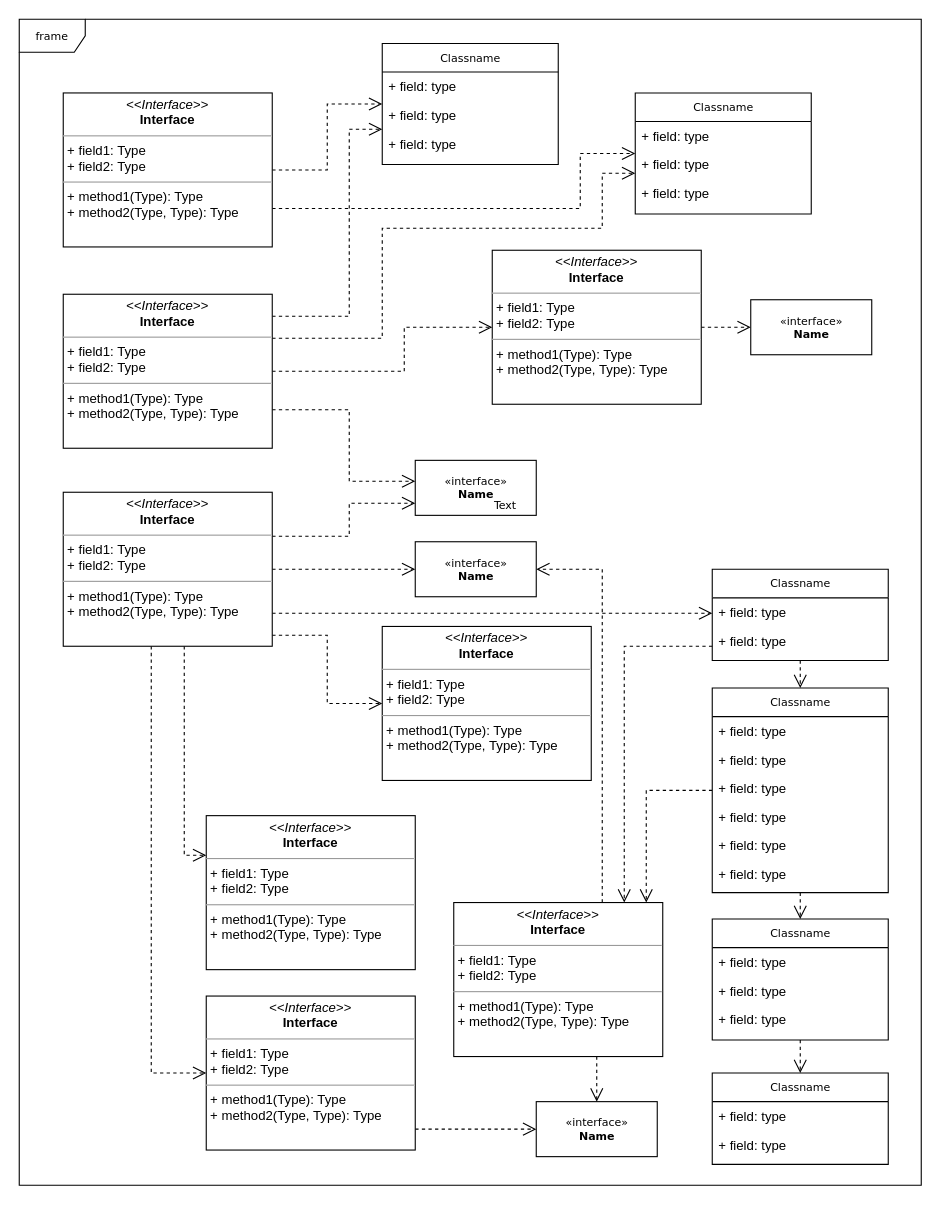
Above: Untitled Diagram.drawio in Frank-Yong/Frank-Yong.github.io (draw.io), before the change. Source tidied: cells renumbered, new cells numbered last; positions are measured from the earlier drawing's top-left corner, leaving out a move shared by most shapes. Both pictures are drawn from the tidied source at 110%, with x=0, y=0 at pixel (19, 19).
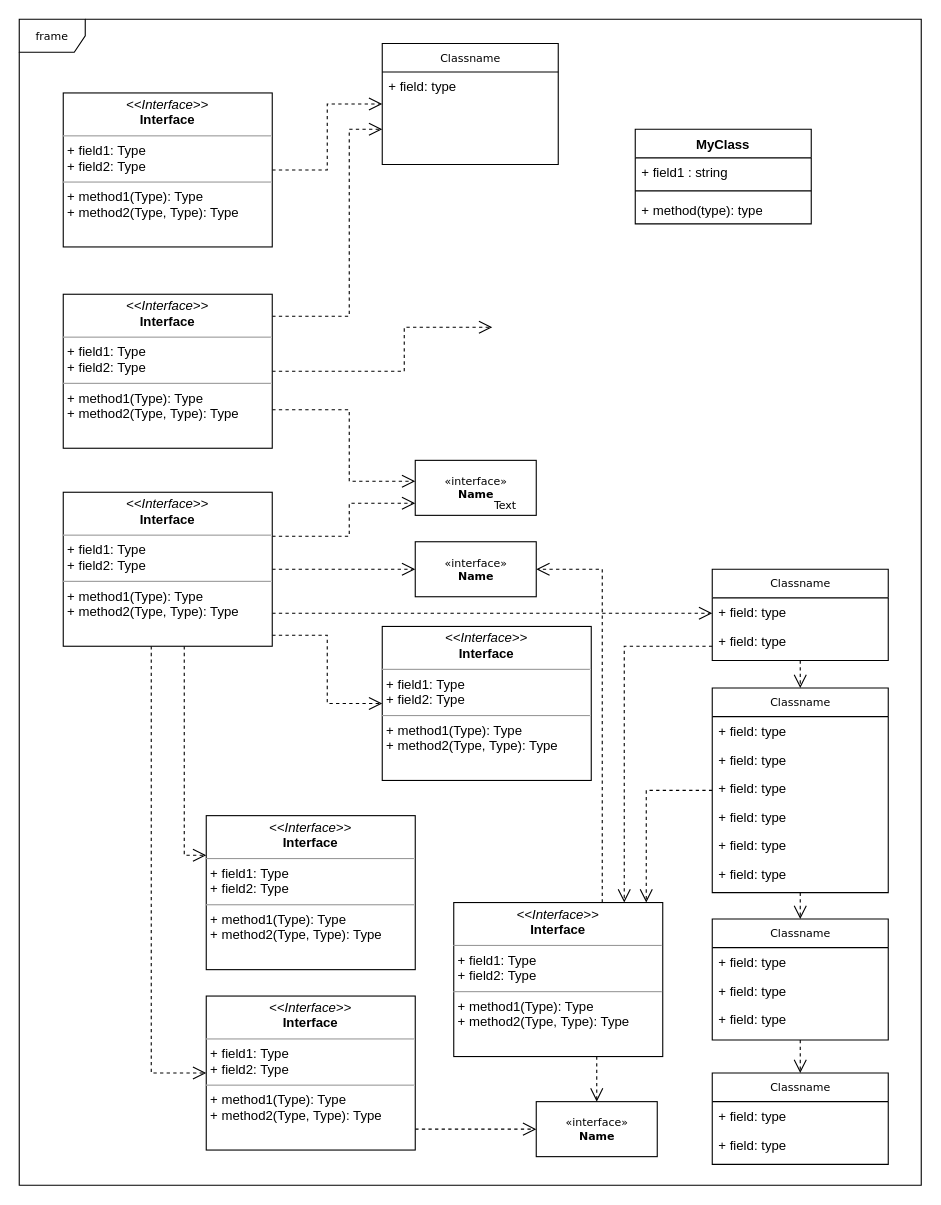
The same diagram, later.

The change refers to these unchanged cells:
```xml
<mxCell id="12" value="Classname" style="swimlane;html=1;fontStyle=0;horizontal=1;startSize=26;fillColor=none;swimlaneFillColor=#ffffff;rounded=0;shadow=0;comic=0;labelBackgroundColor=none;strokeWidth=1;fontFamily=Verdana;fontSize=10;align=center;" parent="1" vertex="1">
  <mxGeometry x="330" y="22" width="160" height="110" as="geometry" />
</mxCell>
<mxCell id="48" value="&lt;p style=&quot;margin:0px;margin-top:4px;text-align:center;&quot;&gt;&lt;i&gt;&amp;lt;&amp;lt;Interface&amp;gt;&amp;gt;&lt;/i&gt;&lt;br/&gt;&lt;b&gt;Interface&lt;/b&gt;&lt;/p&gt;&lt;hr size=&quot;1&quot;/&gt;&lt;p style=&quot;margin:0px;margin-left:4px;&quot;&gt;+ field1: Type&lt;br/&gt;+ field2: Type&lt;/p&gt;&lt;hr size=&quot;1&quot;/&gt;&lt;p style=&quot;margin:0px;margin-left:4px;&quot;&gt;+ method1(Type): Type&lt;br/&gt;+ method2(Type, Type): Type&lt;/p&gt;" style="verticalAlign=top;align=left;overflow=fill;fontSize=12;fontFamily=Helvetica;html=1;rounded=0;shadow=0;comic=0;labelBackgroundColor=none;strokeWidth=1;" parent="1" vertex="1">
  <mxGeometry x="40" y="67" width="190" height="140" as="geometry" />
</mxCell>
<mxCell id="53" value="&lt;p style=&quot;margin:0px;margin-top:4px;text-align:center;&quot;&gt;&lt;i&gt;&amp;lt;&amp;lt;Interface&amp;gt;&amp;gt;&lt;/i&gt;&lt;br/&gt;&lt;b&gt;Interface&lt;/b&gt;&lt;/p&gt;&lt;hr size=&quot;1&quot;/&gt;&lt;p style=&quot;margin:0px;margin-left:4px;&quot;&gt;+ field1: Type&lt;br/&gt;+ field2: Type&lt;/p&gt;&lt;hr size=&quot;1&quot;/&gt;&lt;p style=&quot;margin:0px;margin-left:4px;&quot;&gt;+ method1(Type): Type&lt;br/&gt;+ method2(Type, Type): Type&lt;/p&gt;" style="verticalAlign=top;align=left;overflow=fill;fontSize=12;fontFamily=Helvetica;html=1;rounded=0;shadow=0;comic=0;labelBackgroundColor=none;strokeWidth=1;" parent="1" vertex="1">
  <mxGeometry x="40" y="250" width="190" height="140" as="geometry" />
</mxCell>
```

The edit, as a diff of the source:
```diff
@@
-    <mxCell id="13" value="+ field: type" style="text;html=1;strokeColor=none;fillColor=none;align=left;verticalAlign=top;spacingLeft=4;spacingRight=4;whiteSpace=wrap;overflow=hidden;" parent="12" vertex="1">
-      <mxGeometry y="26" width="160" height="26" as="geometry" />
-    </mxCell>
-    <mxCell id="14" value="+ field: type" style="text;html=1;strokeColor=none;fillColor=none;align=left;verticalAlign=top;spacingLeft=4;spacingRight=4;whiteSpace=wrap;overflow=hidden;" parent="12" vertex="1">
-      <mxGeometry y="52" width="160" height="26" as="geometry" />
-    </mxCell>
     <mxCell id="15" value="+ field: type" style="text;html=1;strokeColor=none;fillColor=none;align=left;verticalAlign=top;spacingLeft=4;spacingRight=4;whiteSpace=wrap;overflow=hidden;" parent="12" vertex="1">
-      <mxGeometry y="78" width="160" height="26" as="geometry" />
+      <mxGeometry y="26" width="160" height="26" as="geometry" />
     </mxCell>
-    <mxCell id="16" value="Classname" style="swimlane;html=1;fontStyle=0;horizontal=1;startSize=26;fillColor=none;swimlaneFillColor=#ffffff;rounded=0;shadow=0;comic=0;labelBackgroundColor=none;strokeWidth=1;fontFamily=Verdana;fontSize=10;align=center;" parent="1" vertex="1">
-      <mxGeometry x="560" y="67" width="160" height="110" as="geometry" />
-    </mxCell>
-    <mxCell id="17" value="+ field: type" style="text;html=1;strokeColor=none;fillColor=none;align=left;verticalAlign=top;spacingLeft=4;spacingRight=4;whiteSpace=wrap;overflow=hidden;" parent="16" vertex="1">
-      <mxGeometry y="26" width="160" height="26" as="geometry" />
-    </mxCell>
-    <mxCell id="18" value="+ field: type" style="text;html=1;strokeColor=none;fillColor=none;align=left;verticalAlign=top;spacingLeft=4;spacingRight=4;whiteSpace=wrap;overflow=hidden;" parent="16" vertex="1">
-      <mxGeometry y="52" width="160" height="26" as="geometry" />
-    </mxCell>
-    <mxCell id="19" value="+ field: type" style="text;html=1;strokeColor=none;fillColor=none;align=left;verticalAlign=top;spacingLeft=4;spacingRight=4;whiteSpace=wrap;overflow=hidden;" parent="16" vertex="1">
-      <mxGeometry y="78" width="160" height="26" as="geometry" />
-    </mxCell>
@@
-    <mxCell id="42" style="edgeStyle=orthogonalEdgeStyle;rounded=0;html=1;dashed=1;labelBackgroundColor=none;startFill=0;endArrow=open;endFill=0;endSize=10;fontFamily=Verdana;fontSize=10;" parent="1" edge="1" source="43" target="45">
-      <mxGeometry relative="1" as="geometry" />
-    </mxCell>
-    <mxCell id="43" value="&lt;p style=&quot;margin:0px;margin-top:4px;text-align:center;&quot;&gt;&lt;i&gt;&amp;lt;&amp;lt;Interface&amp;gt;&amp;gt;&lt;/i&gt;&lt;br/&gt;&lt;b&gt;Interface&lt;/b&gt;&lt;/p&gt;&lt;hr size=&quot;1&quot;/&gt;&lt;p style=&quot;margin:0px;margin-left:4px;&quot;&gt;+ field1: Type&lt;br/&gt;+ field2: Type&lt;/p&gt;&lt;hr size=&quot;1&quot;/&gt;&lt;p style=&quot;margin:0px;margin-left:4px;&quot;&gt;+ method1(Type): Type&lt;br/&gt;+ method2(Type, Type): Type&lt;/p&gt;" style="verticalAlign=top;align=left;overflow=fill;fontSize=12;fontFamily=Helvetica;html=1;rounded=0;shadow=0;comic=0;labelBackgroundColor=none;strokeWidth=1;" parent="1" vertex="1">
-      <mxGeometry x="430" y="210" width="190" height="140" as="geometry" />
-    </mxCell>
@@
-    <mxCell id="45" value="&amp;laquo;interface&amp;raquo;&lt;br&gt;&lt;b&gt;Name&lt;/b&gt;" style="html=1;rounded=0;shadow=0;comic=0;labelBackgroundColor=none;strokeWidth=1;fontFamily=Verdana;fontSize=10;align=center;" parent="1" vertex="1">
-      <mxGeometry x="665" y="255" width="110" height="50" as="geometry" />
-    </mxCell>
@@
-    <mxCell id="47" style="edgeStyle=orthogonalEdgeStyle;rounded=0;html=1;exitX=1;exitY=0.75;dashed=1;labelBackgroundColor=none;startFill=0;endArrow=open;endFill=0;endSize=10;fontFamily=Verdana;fontSize=10;" parent="1" edge="1" source="48" target="16">
-      <mxGeometry relative="1" as="geometry">
-        <Array as="points">
-          <mxPoint x="510" y="172" />
-          <mxPoint x="510" y="122" />
-        </Array>
-      </mxGeometry>
-    </mxCell>
@@
-    <mxCell id="50" style="edgeStyle=orthogonalEdgeStyle;rounded=0;html=1;dashed=1;labelBackgroundColor=none;startFill=0;endArrow=open;endFill=0;endSize=10;fontFamily=Verdana;fontSize=10;" parent="1" edge="1" source="53" target="16">
-      <mxGeometry relative="1" as="geometry">
-        <Array as="points">
-          <mxPoint x="330" y="290" />
-          <mxPoint x="330" y="190" />
-          <mxPoint x="530" y="190" />
-          <mxPoint x="530" y="140" />
-        </Array>
-      </mxGeometry>
-    </mxCell>
-    <mxCell id="51" style="edgeStyle=orthogonalEdgeStyle;rounded=0;html=1;dashed=1;labelBackgroundColor=none;startFill=0;endArrow=open;endFill=0;endSize=10;fontFamily=Verdana;fontSize=10;" parent="1" edge="1" source="53" target="43">
+    <mxCell id="51" style="edgeStyle=orthogonalEdgeStyle;rounded=0;html=1;dashed=1;labelBackgroundColor=none;startFill=0;endArrow=open;endFill=0;endSize=10;fontFamily=Verdana;fontSize=10;" parent="1" edge="1" source="53">
       <mxGeometry relative="1" as="geometry">
+        <mxPoint x="430" y="280" as="targetPoint" />
         <Array as="points">
           <mxPoint x="350" y="320" />
           <mxPoint x="350" y="280" />
         </Array>
       </mxGeometry>
     </mxCell>
@@
+    <mxCell id="62" value="MyClass" style="swimlane;fontStyle=1;align=center;verticalAlign=top;horizontal=1;startSize=26;whiteSpace=wrap;html=1;" parent="1" vertex="1">
+      <mxGeometry x="560" y="100" width="160" height="86" as="geometry" />
+    </mxCell>
+    <mxCell id="63" value="+ field1 : string&lt;br&gt;" style="text;strokeColor=none;fillColor=none;align=left;verticalAlign=top;spacingLeft=4;spacingRight=4;overflow=hidden;whiteSpace=wrap;html=1;" parent="62" vertex="1">
+      <mxGeometry y="26" width="160" height="26" as="geometry" />
+    </mxCell>
+    <mxCell id="64" style="line;strokeWidth=1;fillColor=none;align=left;verticalAlign=middle;spacingTop=-1;spacingLeft=3;spacingRight=3;labelPosition=right;strokeColor=inherit;" parent="62" vertex="1">
+      <mxGeometry y="52" width="160" height="8" as="geometry" />
+    </mxCell>
+    <mxCell id="65" value="+ method(type): type" style="text;strokeColor=none;fillColor=none;align=left;verticalAlign=top;spacingLeft=4;spacingRight=4;overflow=hidden;whiteSpace=wrap;html=1;" parent="62" vertex="1">
+      <mxGeometry y="60" width="160" height="26" as="geometry" />
+    </mxCell>
```
